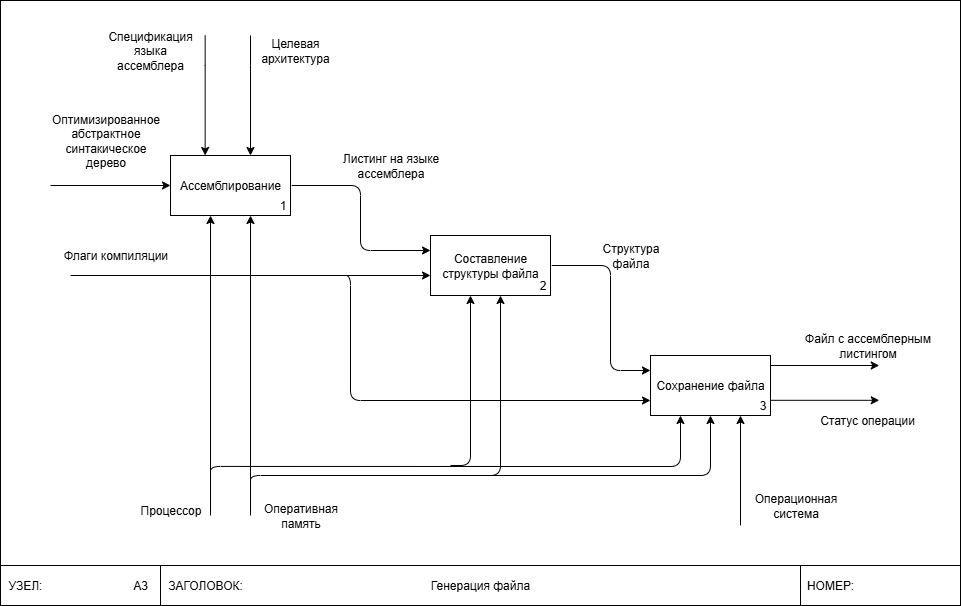
Before: sysanal/hw/sysanal_hw-A3.drawio.png, a diagram exported from draw.io (vzalygin/bmstu-ics6). Source tidied: cells renumbered, new cells last; positions are measured from the earlier drawing's top-left corner, leaving out a move shared by most shapes. Its diagram source:
```xml
<mxGraphModel>
  <root>
    <mxCell id="0" />
    <mxCell id="1" parent="0" />
    <mxCell id="2" style="rounded=0;whiteSpace=wrap;html=1;" parent="1" vertex="1">
      <mxGeometry width="960" height="605" as="geometry" />
    </mxCell>
    <mxCell id="3" style="rounded=0;whiteSpace=wrap;html=1;" parent="1" vertex="1">
      <mxGeometry x="160" y="565" width="640" height="40" as="geometry" />
    </mxCell>
    <mxCell id="4" style="rounded=0;whiteSpace=wrap;html=1;" parent="1" vertex="1">
      <mxGeometry x="800" y="565" width="160" height="40" as="geometry" />
    </mxCell>
    <mxCell id="5" value="ЗАГОЛОВОК:" style="text;html=1;whiteSpace=wrap;strokeColor=none;fillColor=none;align=center;verticalAlign=middle;rounded=0;" parent="1" vertex="1">
      <mxGeometry x="160" y="570" width="90" height="30" as="geometry" />
    </mxCell>
    <mxCell id="6" value="НОМЕР:" style="text;html=1;whiteSpace=wrap;strokeColor=none;fillColor=none;align=center;verticalAlign=middle;rounded=0;" parent="1" vertex="1">
      <mxGeometry x="800" y="570" width="60" height="30" as="geometry" />
    </mxCell>
    <mxCell id="7" value="Генерация файла" style="text;html=1;whiteSpace=wrap;strokeColor=none;fillColor=none;align=center;verticalAlign=middle;rounded=0;" parent="1" vertex="1">
      <mxGeometry x="405" y="570" width="150" height="30" as="geometry" />
    </mxCell>
    <mxCell id="8" style="rounded=0;whiteSpace=wrap;html=1;" parent="1" vertex="1">
      <mxGeometry y="565" width="160" height="40" as="geometry" />
    </mxCell>
    <mxCell id="9" value="УЗЕЛ:" style="text;html=1;whiteSpace=wrap;strokeColor=none;fillColor=none;align=center;verticalAlign=middle;rounded=0;" parent="1" vertex="1">
      <mxGeometry y="570" width="50" height="30" as="geometry" />
    </mxCell>
    <mxCell id="10" value="А3" style="text;html=1;whiteSpace=wrap;strokeColor=none;fillColor=none;align=center;verticalAlign=middle;rounded=0;" parent="1" vertex="1">
      <mxGeometry x="110" y="567.5" width="60" height="35" as="geometry" />
    </mxCell>
    <mxCell id="11" style="group;" parent="1" vertex="1">
      <mxGeometry x="170" y="155" width="142.5" height="90" as="geometry" />
    </mxCell>
    <mxCell id="12" value="Ассемблирование" style="whiteSpace=wrap;html=1;" parent="11" vertex="1">
      <mxGeometry width="120" height="60" as="geometry" />
    </mxCell>
    <mxCell id="13" value="1" style="text;html=1;whiteSpace=wrap;strokeColor=none;fillColor=none;align=center;verticalAlign=middle;rounded=0;" parent="11" vertex="1">
      <mxGeometry x="95" y="30" width="35" height="40" as="geometry" />
    </mxCell>
    <mxCell id="14" style="group;" parent="1" vertex="1">
      <mxGeometry x="650" y="355" width="142.5" height="90" as="geometry" />
    </mxCell>
    <mxCell id="15" value="Сохранение файла" style="whiteSpace=wrap;html=1;" parent="14" vertex="1">
      <mxGeometry width="120" height="60" as="geometry" />
    </mxCell>
    <mxCell id="16" value="3" style="text;html=1;whiteSpace=wrap;strokeColor=none;fillColor=none;align=center;verticalAlign=middle;rounded=0;" parent="14" vertex="1">
      <mxGeometry x="95" y="30" width="35" height="40" as="geometry" />
    </mxCell>
    <mxCell id="17" style="endArrow=classic;html=1;rounded=1;curved=0;" parent="14" edge="1">
      <mxGeometry relative="1" as="geometry">
        <mxPoint x="-400" y="130" as="sourcePoint" />
        <mxPoint x="60" y="60" as="targetPoint" />
        <Array as="points">
          <mxPoint x="-400" y="120" />
          <mxPoint x="60" y="120" />
        </Array>
      </mxGeometry>
    </mxCell>
    <mxCell id="18" style="group;" parent="1" vertex="1">
      <mxGeometry x="430" y="235" width="142.5" height="90" as="geometry" />
    </mxCell>
    <mxCell id="19" value="Составление структуры файла" style="whiteSpace=wrap;html=1;" parent="18" vertex="1">
      <mxGeometry width="120" height="60" as="geometry" />
    </mxCell>
    <mxCell id="20" value="2" style="text;html=1;whiteSpace=wrap;strokeColor=none;fillColor=none;align=center;verticalAlign=middle;rounded=0;" parent="18" vertex="1">
      <mxGeometry x="95" y="30" width="35" height="40" as="geometry" />
    </mxCell>
    <mxCell id="21" value="&lt;div&gt;Оптимизированное&lt;/div&gt;абстрактное&lt;div&gt;синтакическое&lt;/div&gt;&lt;div&gt;дерево&lt;/div&gt;" style="text;html=1;align=center;verticalAlign=middle;strokeColor=none;fillColor=none;" parent="1" vertex="1">
      <mxGeometry x="40" y="105" width="130" height="70" as="geometry" />
    </mxCell>
    <mxCell id="22" style="endArrow=classic;html=1;rounded=0;" parent="1" edge="1">
      <mxGeometry relative="1" as="geometry">
        <mxPoint x="50" y="185" as="sourcePoint" />
        <mxPoint x="170" y="185" as="targetPoint" />
      </mxGeometry>
    </mxCell>
    <mxCell id="23" style="endArrow=classic;html=1;rounded=0;entryX=0;entryY=0.75;entryDx=0;entryDy=0;" parent="1" edge="1">
      <mxGeometry relative="1" as="geometry">
        <mxPoint x="70" y="275" as="sourcePoint" />
        <mxPoint x="430" y="275" as="targetPoint" />
      </mxGeometry>
    </mxCell>
    <mxCell id="24" value="Флаги компиляции" style="text;html=1;align=center;verticalAlign=middle;strokeColor=none;fillColor=none;" parent="1" vertex="1">
      <mxGeometry x="50" y="240" width="130" height="30" as="geometry" />
    </mxCell>
    <mxCell id="25" style="endArrow=classic;html=1;rounded=1;entryX=0;entryY=0.75;entryDx=0;entryDy=0;curved=0;" parent="1" edge="1" target="15">
      <mxGeometry relative="1" as="geometry">
        <mxPoint x="340" y="275" as="sourcePoint" />
        <Array as="points">
          <mxPoint x="350" y="275" />
          <mxPoint x="350" y="400" />
        </Array>
      </mxGeometry>
    </mxCell>
    <mxCell id="26" style="endArrow=classic;html=1;rounded=1;exitX=0.75;exitY=0;exitDx=0;exitDy=0;entryX=0;entryY=0.25;entryDx=0;entryDy=0;curved=0;" parent="1" edge="1" source="13" target="19">
      <mxGeometry relative="1" as="geometry">
        <Array as="points">
          <mxPoint x="360" y="185" />
          <mxPoint x="360" y="250" />
        </Array>
      </mxGeometry>
    </mxCell>
    <mxCell id="27" value="Листинг на языке&lt;div&gt;ассемблера&lt;/div&gt;" style="text;html=1;align=center;verticalAlign=middle;strokeColor=none;fillColor=none;" parent="1" vertex="1">
      <mxGeometry x="330" y="145" width="120" height="40" as="geometry" />
    </mxCell>
    <mxCell id="28" value="Структура&lt;div&gt;файла&lt;/div&gt;" style="text;html=1;align=center;verticalAlign=middle;strokeColor=none;fillColor=none;" parent="1" vertex="1">
      <mxGeometry x="590" y="235" width="80" height="40" as="geometry" />
    </mxCell>
    <mxCell id="29" value="Файл с ассемблерным&lt;div&gt;листингом&lt;/div&gt;" style="text;html=1;align=center;verticalAlign=middle;strokeColor=none;fillColor=none;" parent="1" vertex="1">
      <mxGeometry x="792.5" y="325" width="150" height="40" as="geometry" />
    </mxCell>
    <mxCell id="30" style="endArrow=classic;html=1;rounded=0;exitX=0.75;exitY=0;exitDx=0;exitDy=0;" parent="1" edge="1">
      <mxGeometry relative="1" as="geometry">
        <mxPoint x="770" y="365" as="sourcePoint" />
        <mxPoint x="878.8" y="365" as="targetPoint" />
      </mxGeometry>
    </mxCell>
    <mxCell id="31" style="endArrow=classic;html=1;rounded=1;exitX=0.75;exitY=0;exitDx=0;exitDy=0;entryX=0;entryY=0.25;entryDx=0;entryDy=0;curved=0;" parent="1" edge="1" source="20" target="15">
      <mxGeometry relative="1" as="geometry">
        <Array as="points">
          <mxPoint x="610" y="265" />
          <mxPoint x="610" y="370" />
        </Array>
      </mxGeometry>
    </mxCell>
    <mxCell id="32" value="Спецификация&lt;div&gt;языка ассемблера&lt;/div&gt;" style="text;html=1;whiteSpace=wrap;strokeColor=none;fillColor=none;align=center;verticalAlign=middle;rounded=0;" parent="1" vertex="1">
      <mxGeometry x="120" y="35" width="60" height="30" as="geometry" />
    </mxCell>
    <mxCell id="33" style="endArrow=classic;html=1;rounded=0;entryX=0.5;entryY=0;entryDx=0;entryDy=0;" parent="1" edge="1">
      <mxGeometry relative="1" as="geometry">
        <mxPoint x="204.7" y="35" as="sourcePoint" />
        <mxPoint x="204.7" y="155" as="targetPoint" />
        <Array as="points">
          <mxPoint x="204.7" y="65" />
        </Array>
      </mxGeometry>
    </mxCell>
    <mxCell id="34" value="Целевая архитектура" style="text;html=1;whiteSpace=wrap;strokeColor=none;fillColor=none;align=center;verticalAlign=middle;rounded=0;" parent="1" vertex="1">
      <mxGeometry x="265" y="35" width="60" height="30" as="geometry" />
    </mxCell>
    <mxCell id="35" style="endArrow=classic;html=1;rounded=0;entryX=0.5;entryY=0;entryDx=0;entryDy=0;" parent="1" edge="1">
      <mxGeometry relative="1" as="geometry">
        <mxPoint x="250" y="35" as="sourcePoint" />
        <mxPoint x="250" y="155" as="targetPoint" />
        <Array as="points">
          <mxPoint x="250" y="65" />
        </Array>
      </mxGeometry>
    </mxCell>
    <mxCell id="36" style="endArrow=classic;html=1;rounded=0;" parent="1" edge="1">
      <mxGeometry relative="1" as="geometry">
        <mxPoint x="210" y="515" as="sourcePoint" />
        <mxPoint x="210" y="215" as="targetPoint" />
      </mxGeometry>
    </mxCell>
    <mxCell id="37" style="endArrow=classic;html=1;rounded=0;" parent="1" edge="1">
      <mxGeometry relative="1" as="geometry">
        <mxPoint x="250" y="515" as="sourcePoint" />
        <mxPoint x="250" y="215" as="targetPoint" />
      </mxGeometry>
    </mxCell>
    <mxCell id="38" style="endArrow=classic;html=1;rounded=1;curved=0;" parent="1" edge="1">
      <mxGeometry relative="1" as="geometry">
        <mxPoint x="210" y="475.9" as="sourcePoint" />
        <mxPoint x="680" y="415" as="targetPoint" />
        <Array as="points">
          <mxPoint x="210" y="465.9" />
          <mxPoint x="680" y="466" />
        </Array>
      </mxGeometry>
    </mxCell>
    <mxCell id="39" style="endArrow=classic;html=1;rounded=0;" parent="1" edge="1">
      <mxGeometry relative="1" as="geometry">
        <mxPoint x="740" y="525" as="sourcePoint" />
        <mxPoint x="740" y="415" as="targetPoint" />
      </mxGeometry>
    </mxCell>
    <mxCell id="40" value="Операционная&lt;div&gt;система&lt;/div&gt;" style="text;html=1;align=center;verticalAlign=middle;strokeColor=none;fillColor=none;" parent="1" vertex="1">
      <mxGeometry x="740" y="485" width="110" height="40" as="geometry" />
    </mxCell>
    <mxCell id="41" value="Оперативная&lt;div&gt;память&lt;/div&gt;" style="text;html=1;align=center;verticalAlign=middle;strokeColor=none;fillColor=none;" parent="1" vertex="1">
      <mxGeometry x="250" y="495" width="100" height="40" as="geometry" />
    </mxCell>
    <mxCell id="42" value="Процессор" style="text;html=1;align=center;verticalAlign=middle;strokeColor=none;fillColor=none;" parent="1" vertex="1">
      <mxGeometry x="130" y="495" width="80" height="30" as="geometry" />
    </mxCell>
    <mxCell id="43" style="endArrow=classic;html=1;rounded=1;curved=0;" parent="1" edge="1">
      <mxGeometry relative="1" as="geometry">
        <mxPoint x="450" y="465" as="sourcePoint" />
        <mxPoint x="470" y="295" as="targetPoint" />
        <Array as="points">
          <mxPoint x="470" y="465" />
        </Array>
      </mxGeometry>
    </mxCell>
    <mxCell id="44" style="endArrow=classic;html=1;rounded=1;curved=0;" parent="1" edge="1">
      <mxGeometry relative="1" as="geometry">
        <mxPoint x="480" y="475" as="sourcePoint" />
        <mxPoint x="500" y="295" as="targetPoint" />
        <Array as="points">
          <mxPoint x="500" y="475" />
        </Array>
      </mxGeometry>
    </mxCell>
    <mxCell id="45" style="endArrow=classic;html=1;rounded=0;exitX=0.75;exitY=0;exitDx=0;exitDy=0;" parent="1" edge="1">
      <mxGeometry relative="1" as="geometry">
        <mxPoint x="770" y="399.8" as="sourcePoint" />
        <mxPoint x="878.8" y="399.8" as="targetPoint" />
      </mxGeometry>
    </mxCell>
    <mxCell id="46" value="Статус операции" style="text;html=1;whiteSpace=wrap;strokeColor=none;fillColor=none;align=center;verticalAlign=middle;rounded=0;" parent="1" vertex="1">
      <mxGeometry x="807.5" y="405" width="120" height="30" as="geometry" />
    </mxCell>
  </root>
</mxGraphModel>
```
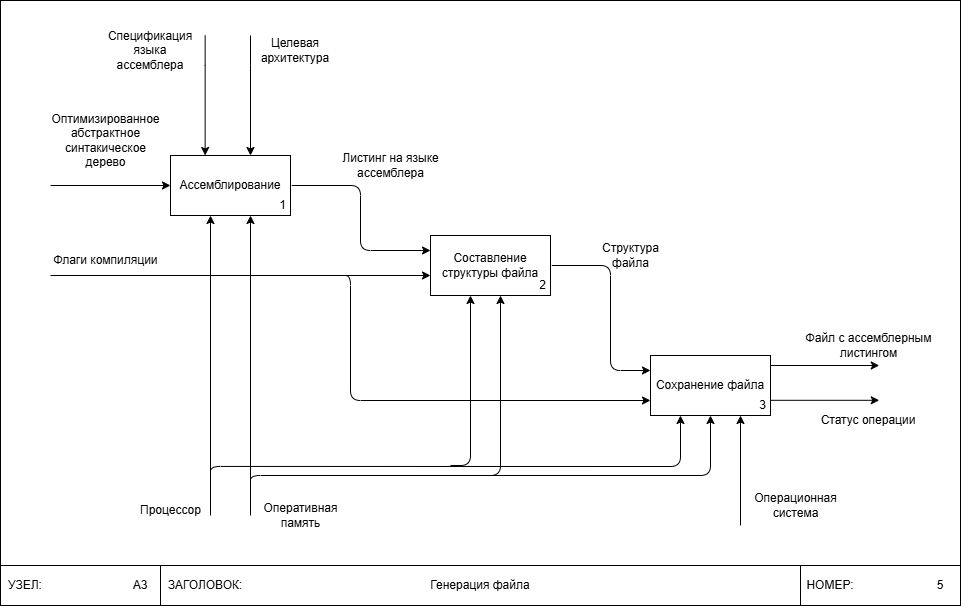
The same diagram one commit later.

What changed in the source:
```diff
@@ -77,12 +77,12 @@
     </mxCell>
     <mxCell id="23" style="endArrow=classic;html=1;rounded=0;entryX=0;entryY=0.75;entryDx=0;entryDy=0;" parent="1" edge="1">
       <mxGeometry relative="1" as="geometry">
-        <mxPoint x="70" y="275" as="sourcePoint" />
+        <mxPoint x="50" y="275" as="sourcePoint" />
         <mxPoint x="430" y="275" as="targetPoint" />
       </mxGeometry>
     </mxCell>
     <mxCell id="24" value="Флаги компиляции" style="text;html=1;align=center;verticalAlign=middle;strokeColor=none;fillColor=none;" parent="1" vertex="1">
-      <mxGeometry x="50" y="240" width="130" height="30" as="geometry" />
+      <mxGeometry x="40" y="245" width="130" height="30" as="geometry" />
     </mxCell>
     <mxCell id="25" style="endArrow=classic;html=1;rounded=1;entryX=0;entryY=0.75;entryDx=0;entryDy=0;curved=0;" parent="1" edge="1" target="15">
       <mxGeometry relative="1" as="geometry">
@@ -212,5 +212,8 @@
     <mxCell id="46" value="Статус операции" style="text;html=1;whiteSpace=wrap;strokeColor=none;fillColor=none;align=center;verticalAlign=middle;rounded=0;" parent="1" vertex="1">
       <mxGeometry x="807.5" y="405" width="120" height="30" as="geometry" />
     </mxCell>
+    <mxCell id="47" value="5" style="text;html=1;whiteSpace=wrap;strokeColor=none;fillColor=none;align=center;verticalAlign=middle;rounded=0;" parent="1" vertex="1">
+      <mxGeometry x="910" y="570" width="60" height="30" as="geometry" />
+    </mxCell>
   </root>
 </mxGraphModel>
```
